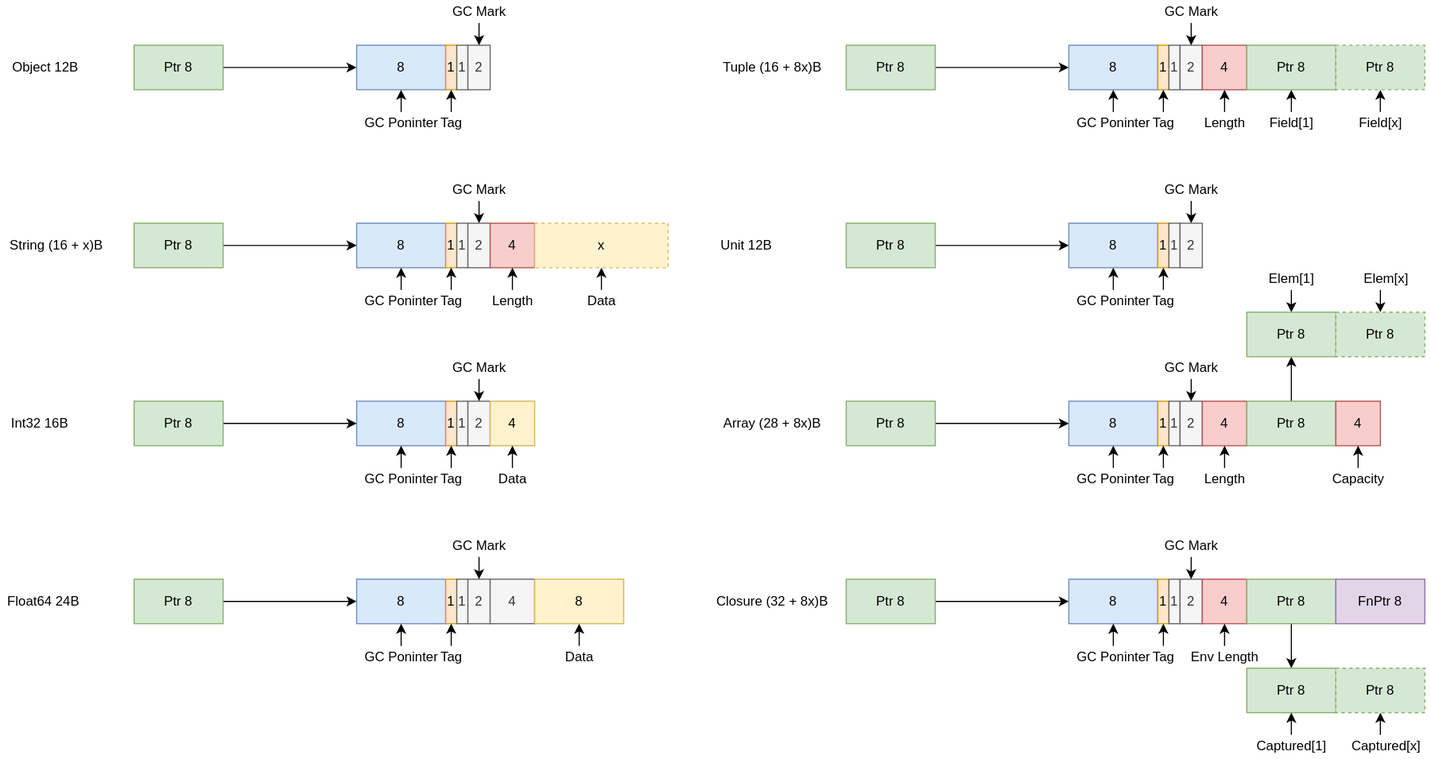
Above: document/object-model.svg in permui/calocom (draw.io), before the change. Source tidied: cells renumbered, new cells last; positions are measured from the earlier drawing's top-left corner, leaving out a move shared by most shapes.
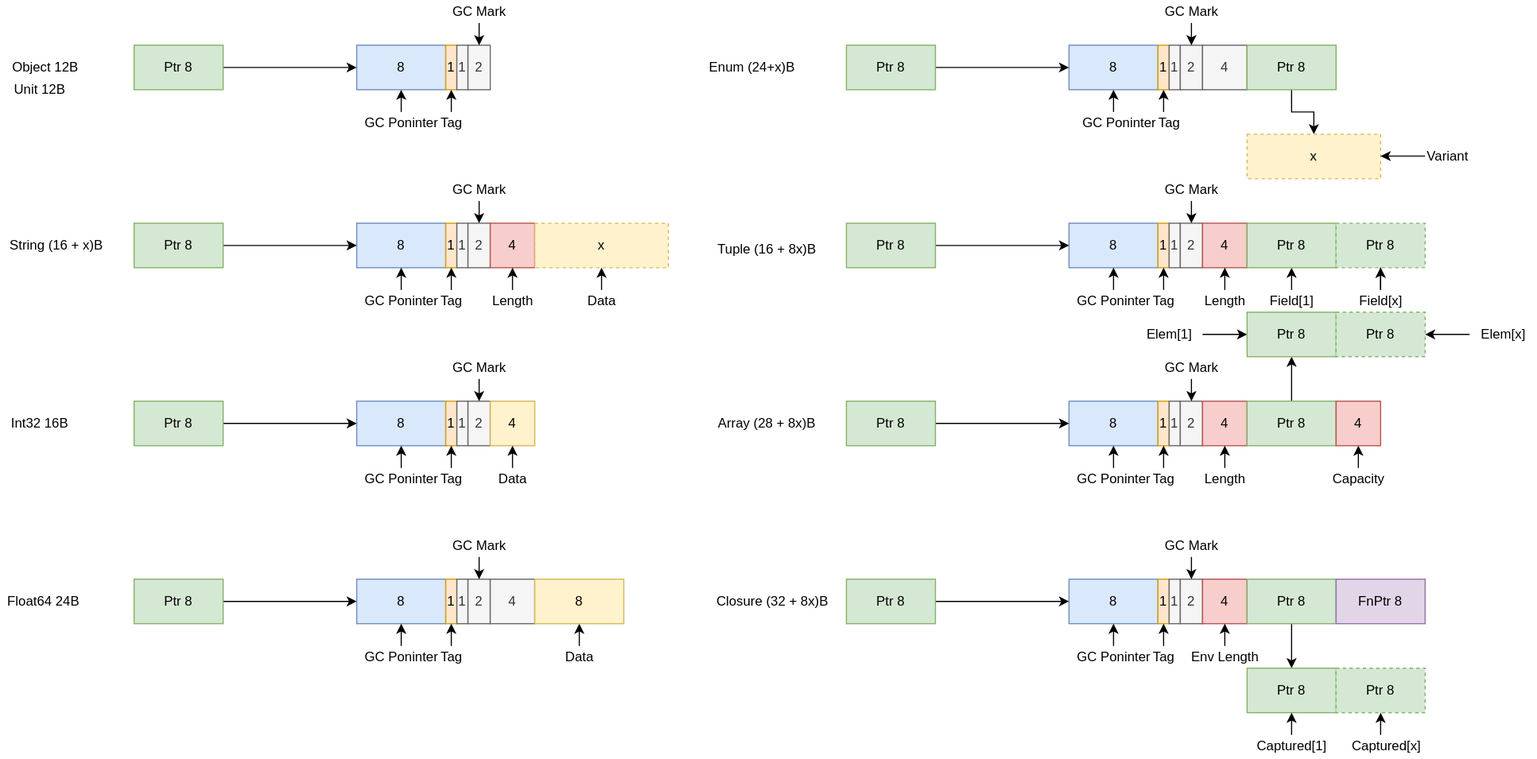
The same file after the commit.

The edit, as a diff of the source:
```diff
@@ -233,129 +233,132 @@
       <mxGeometry x="400" y="480" width="60" height="20" as="geometry" />
     </mxCell>
     <mxCell id="67" value="8" style="rounded=0;whiteSpace=wrap;html=1;fillColor=#dae8fc;strokeColor=#6c8ebf;" parent="1" vertex="1">
-      <mxGeometry x="960" y="40" width="80" height="40" as="geometry" />
+      <mxGeometry x="960" y="200" width="80" height="40" as="geometry" />
     </mxCell>
     <mxCell id="68" value="1" style="rounded=0;whiteSpace=wrap;html=1;fillColor=#ffe6cc;strokeColor=#d79b00;" parent="1" vertex="1">
-      <mxGeometry x="1040" y="40" width="10" height="40" as="geometry" />
+      <mxGeometry x="1040" y="200" width="10" height="40" as="geometry" />
     </mxCell>
     <mxCell id="69" value="1" style="rounded=0;whiteSpace=wrap;html=1;fillColor=#f5f5f5;fontColor=#333333;strokeColor=#666666;" parent="1" vertex="1">
-      <mxGeometry x="1050" y="40" width="10" height="40" as="geometry" />
+      <mxGeometry x="1050" y="200" width="10" height="40" as="geometry" />
     </mxCell>
     <mxCell id="70" value="2" style="rounded=0;whiteSpace=wrap;html=1;fillColor=#f5f5f5;fontColor=#333333;strokeColor=#666666;" parent="1" vertex="1">
-      <mxGeometry x="1060" y="40" width="20" height="40" as="geometry" />
+      <mxGeometry x="1060" y="200" width="20" height="40" as="geometry" />
     </mxCell>
     <mxCell id="71" style="edgeStyle=orthogonalEdgeStyle;rounded=0;jettySize=auto;html=1;entryX=0.5;entryY=1;entryDx=0;entryDy=0;" parent="1" edge="1" target="68">
       <mxGeometry relative="1" as="geometry">
-        <mxPoint x="1045" y="100" as="sourcePoint" />
+        <mxPoint x="1045" y="260" as="sourcePoint" />
       </mxGeometry>
     </mxCell>
     <mxCell id="72" value="Tag" style="text;html=1;align=center;verticalAlign=middle;strokeColor=none;fillColor=none;" parent="1" vertex="1">
-      <mxGeometry x="1025" y="100" width="40" height="20" as="geometry" />
+      <mxGeometry x="1025" y="260" width="40" height="20" as="geometry" />
     </mxCell>
     <mxCell id="73" style="edgeStyle=orthogonalEdgeStyle;rounded=0;jettySize=auto;html=1;entryX=0.5;entryY=1;entryDx=0;entryDy=0;" parent="1" edge="1" target="67">
       <mxGeometry relative="1" as="geometry">
-        <mxPoint x="1000" y="100" as="sourcePoint" />
+        <mxPoint x="1000" y="260" as="sourcePoint" />
       </mxGeometry>
     </mxCell>
     <mxCell id="74" value="GC Poninter" style="text;html=1;align=center;verticalAlign=middle;strokeColor=none;fillColor=none;" parent="1" vertex="1">
-      <mxGeometry x="960" y="100" width="80" height="20" as="geometry" />
+      <mxGeometry x="960" y="260" width="80" height="20" as="geometry" />
     </mxCell>
     <mxCell id="75" style="edgeStyle=orthogonalEdgeStyle;rounded=0;jettySize=auto;html=1;entryX=0.5;entryY=0;entryDx=0;entryDy=0;" parent="1" edge="1" target="70">
       <mxGeometry relative="1" as="geometry">
-        <mxPoint x="1070" y="20" as="sourcePoint" />
+        <mxPoint x="1070" y="180" as="sourcePoint" />
       </mxGeometry>
     </mxCell>
     <mxCell id="76" style="endArrow=classic;html=1;rounded=0;entryX=0;entryY=0.5;entryDx=0;entryDy=0;exitX=1;exitY=0.5;exitDx=0;exitDy=0;" parent="1" edge="1" source="77" target="67">
       <mxGeometry relative="1" as="geometry" />
     </mxCell>
     <mxCell id="77" value="Ptr 8" style="rounded=0;whiteSpace=wrap;html=1;fillColor=#d5e8d4;strokeColor=#82b366;" parent="1" vertex="1">
-      <mxGeometry x="760" y="40" width="80" height="40" as="geometry" />
+      <mxGeometry x="760" y="200" width="80" height="40" as="geometry" />
     </mxCell>
     <mxCell id="78" value="Tuple (16 + 8x)B&amp;nbsp;" style="text;html=1;align=center;verticalAlign=middle;strokeColor=none;fillColor=none;" parent="1" vertex="1">
-      <mxGeometry x="640" y="50" width="110" height="20" as="geometry" />
+      <mxGeometry x="635" y="214" width="110" height="20" as="geometry" />
     </mxCell>
     <mxCell id="79" value="4" style="rounded=0;whiteSpace=wrap;html=1;fillColor=#f8cecc;strokeColor=#b85450;" parent="1" vertex="1">
-      <mxGeometry x="1080" y="40" width="40" height="40" as="geometry" />
+      <mxGeometry x="1080" y="200" width="40" height="40" as="geometry" />
     </mxCell>
     <mxCell id="80" style="edgeStyle=orthogonalEdgeStyle;rounded=0;jettySize=auto;html=1;entryX=0.5;entryY=1;entryDx=0;entryDy=0;" parent="1" edge="1" target="82">
       <mxGeometry relative="1" as="geometry">
-        <mxPoint x="1160" y="100" as="sourcePoint" />
+        <mxPoint x="1160" y="260" as="sourcePoint" />
       </mxGeometry>
     </mxCell>
     <mxCell id="81" value="Field[1]" style="text;html=1;align=center;verticalAlign=middle;strokeColor=none;fillColor=none;" parent="1" vertex="1">
-      <mxGeometry x="1130" y="100" width="60" height="20" as="geometry" />
+      <mxGeometry x="1130" y="260" width="60" height="20" as="geometry" />
     </mxCell>
     <mxCell id="82" value="Ptr 8" style="rounded=0;whiteSpace=wrap;html=1;fillColor=#d5e8d4;strokeColor=#82b366;" parent="1" vertex="1">
-      <mxGeometry x="1120" y="40" width="80" height="40" as="geometry" />
+      <mxGeometry x="1120" y="200" width="80" height="40" as="geometry" />
     </mxCell>
     <mxCell id="83" value="GC Mark" style="text;html=1;align=center;verticalAlign=middle;strokeColor=none;fillColor=none;" parent="1" vertex="1">
-      <mxGeometry x="1040" width="60" height="20" as="geometry" />
+      <mxGeometry x="1040" y="160" width="60" height="20" as="geometry" />
     </mxCell>
     <mxCell id="84" value="Ptr 8" style="rounded=0;whiteSpace=wrap;html=1;fillColor=#d5e8d4;strokeColor=#82b366;dashed=1;" parent="1" vertex="1">
-      <mxGeometry x="1200" y="40" width="80" height="40" as="geometry" />
+      <mxGeometry x="1200" y="200" width="80" height="40" as="geometry" />
     </mxCell>
+    <mxCell id="154" style="edgeStyle=orthogonalEdgeStyle;rounded=0;jettySize=auto;html=1;" parent="1" edge="1" source="85" target="84">
+      <mxGeometry relative="1" as="geometry" />
+    </mxCell>
     <mxCell id="85" value="Field[x]" style="text;html=1;align=center;verticalAlign=middle;points=[];strokeColor=none;fillColor=none;" parent="1" vertex="1">
-      <mxGeometry x="1215" y="100" width="50" height="20" as="geometry" />
+      <mxGeometry x="1215" y="260" width="50" height="20" as="geometry" />
     </mxCell>
     <mxCell id="86" style="edgeStyle=orthogonalEdgeStyle;rounded=0;orthogonalLoop=1;jettySize=auto;html=1;entryX=0.5;entryY=1;entryDx=0;entryDy=0;" parent="1" edge="1">
       <mxGeometry relative="1" as="geometry">
-        <mxPoint x="1240" y="100" as="sourcePoint" />
-        <mxPoint x="1240" y="80" as="targetPoint" />
+        <mxPoint x="1240" y="260" as="sourcePoint" />
+        <mxPoint x="1240" y="240" as="targetPoint" />
       </mxGeometry>
     </mxCell>
     <mxCell id="87" style="edgeStyle=orthogonalEdgeStyle;rounded=0;orthogonalLoop=1;jettySize=auto;html=1;entryX=0.5;entryY=1;entryDx=0;entryDy=0;" parent="1" edge="1">
       <mxGeometry relative="1" as="geometry">
-        <mxPoint x="1100" y="100" as="sourcePoint" />
-        <mxPoint x="1100" y="80" as="targetPoint" />
+        <mxPoint x="1100" y="260" as="sourcePoint" />
+        <mxPoint x="1100" y="240" as="targetPoint" />
       </mxGeometry>
     </mxCell>
     <mxCell id="88" value="Length" style="text;html=1;align=center;verticalAlign=middle;strokeColor=none;fillColor=none;" parent="1" vertex="1">
-      <mxGeometry x="1075" y="100" width="50" height="20" as="geometry" />
+      <mxGeometry x="1075" y="260" width="50" height="20" as="geometry" />
     </mxCell>
     <mxCell id="89" value="8" style="rounded=0;whiteSpace=wrap;html=1;fillColor=#dae8fc;strokeColor=#6c8ebf;" parent="1" vertex="1">
-      <mxGeometry x="960" y="200" width="80" height="40" as="geometry" />
+      <mxGeometry x="960" y="40" width="80" height="40" as="geometry" />
     </mxCell>
     <mxCell id="90" value="1" style="rounded=0;whiteSpace=wrap;html=1;fillColor=#ffe6cc;strokeColor=#d79b00;" parent="1" vertex="1">
-      <mxGeometry x="1040" y="200" width="10" height="40" as="geometry" />
+      <mxGeometry x="1040" y="40" width="10" height="40" as="geometry" />
     </mxCell>
     <mxCell id="91" value="1" style="rounded=0;whiteSpace=wrap;html=1;fillColor=#f5f5f5;fontColor=#333333;strokeColor=#666666;" parent="1" vertex="1">
-      <mxGeometry x="1050" y="200" width="10" height="40" as="geometry" />
+      <mxGeometry x="1050" y="40" width="10" height="40" as="geometry" />
     </mxCell>
     <mxCell id="92" value="2" style="rounded=0;whiteSpace=wrap;html=1;fillColor=#f5f5f5;fontColor=#333333;strokeColor=#666666;" parent="1" vertex="1">
-      <mxGeometry x="1060" y="200" width="20" height="40" as="geometry" />
+      <mxGeometry x="1060" y="40" width="20" height="40" as="geometry" />
     </mxCell>
     <mxCell id="93" style="edgeStyle=orthogonalEdgeStyle;rounded=0;jettySize=auto;html=1;entryX=0.5;entryY=1;entryDx=0;entryDy=0;" parent="1" edge="1" target="90">
       <mxGeometry relative="1" as="geometry">
-        <mxPoint x="1045" y="260" as="sourcePoint" />
+        <mxPoint x="1045" y="100" as="sourcePoint" />
       </mxGeometry>
     </mxCell>
     <mxCell id="94" value="Tag" style="text;html=1;align=center;verticalAlign=middle;strokeColor=none;fillColor=none;" parent="1" vertex="1">
-      <mxGeometry x="1025" y="260" width="40" height="20" as="geometry" />
+      <mxGeometry x="1030" y="100" width="40" height="20" as="geometry" />
     </mxCell>
     <mxCell id="95" style="edgeStyle=orthogonalEdgeStyle;rounded=0;jettySize=auto;html=1;entryX=0.5;entryY=1;entryDx=0;entryDy=0;" parent="1" edge="1" target="89">
       <mxGeometry relative="1" as="geometry">
-        <mxPoint x="1000" y="260" as="sourcePoint" />
+        <mxPoint x="1000" y="100" as="sourcePoint" />
       </mxGeometry>
     </mxCell>
     <mxCell id="96" value="GC Poninter" style="text;html=1;align=center;verticalAlign=middle;strokeColor=none;fillColor=none;" parent="1" vertex="1">
-      <mxGeometry x="960" y="260" width="80" height="20" as="geometry" />
+      <mxGeometry x="965" y="100" width="80" height="20" as="geometry" />
     </mxCell>
     <mxCell id="97" style="edgeStyle=orthogonalEdgeStyle;rounded=0;jettySize=auto;html=1;entryX=0.5;entryY=0;entryDx=0;entryDy=0;" parent="1" edge="1" target="92">
       <mxGeometry relative="1" as="geometry">
-        <mxPoint x="1070" y="180" as="sourcePoint" />
+        <mxPoint x="1070" y="20" as="sourcePoint" />
       </mxGeometry>
     </mxCell>
     <mxCell id="98" value="GC Mark" style="text;html=1;align=center;verticalAlign=middle;strokeColor=none;fillColor=none;" parent="1" vertex="1">
-      <mxGeometry x="1040" y="160" width="60" height="20" as="geometry" />
+      <mxGeometry x="1040" width="60" height="20" as="geometry" />
     </mxCell>
     <mxCell id="99" style="endArrow=classic;html=1;rounded=0;entryX=0;entryY=0.5;entryDx=0;entryDy=0;exitX=1;exitY=0.5;exitDx=0;exitDy=0;" parent="1" edge="1" source="100" target="89">
       <mxGeometry relative="1" as="geometry" />
     </mxCell>
     <mxCell id="100" value="Ptr 8" style="rounded=0;whiteSpace=wrap;html=1;fillColor=#d5e8d4;strokeColor=#82b366;" parent="1" vertex="1">
-      <mxGeometry x="760" y="200" width="80" height="40" as="geometry" />
+      <mxGeometry x="760" y="40" width="80" height="40" as="geometry" />
     </mxCell>
-    <mxCell id="101" value="Unit 12B" style="text;html=1;align=center;verticalAlign=middle;strokeColor=none;fillColor=none;" parent="1" vertex="1">
-      <mxGeometry x="640" y="210" width="60" height="20" as="geometry" />
+    <mxCell id="101" value="Enum (24+x)B" style="text;html=1;align=center;verticalAlign=middle;strokeColor=none;fillColor=none;" parent="1" vertex="1">
+      <mxGeometry x="630" y="50" width="90" height="20" as="geometry" />
     </mxCell>
     <mxCell id="102" value="8" style="rounded=0;whiteSpace=wrap;html=1;fillColor=#dae8fc;strokeColor=#6c8ebf;" parent="1" vertex="1">
       <mxGeometry x="960" y="360" width="80" height="40" as="geometry" />
@@ -397,7 +400,7 @@
       <mxGeometry x="760" y="360" width="80" height="40" as="geometry" />
     </mxCell>
     <mxCell id="113" value="Array (28 + 8x)B&amp;nbsp;" style="text;html=1;align=center;verticalAlign=middle;strokeColor=none;fillColor=none;" parent="1" vertex="1">
-      <mxGeometry x="640" y="370" width="110" height="20" as="geometry" />
+      <mxGeometry x="635" y="370" width="110" height="20" as="geometry" />
     </mxCell>
     <mxCell id="114" value="4" style="rounded=0;whiteSpace=wrap;html=1;fillColor=#f8cecc;strokeColor=#b85450;" parent="1" vertex="1">
       <mxGeometry x="1080" y="360" width="40" height="40" as="geometry" />
@@ -432,13 +435,13 @@
     <mxCell id="122" value="Capacity" style="text;html=1;align=center;verticalAlign=middle;strokeColor=none;fillColor=none;" parent="1" vertex="1">
       <mxGeometry x="1190" y="420" width="60" height="20" as="geometry" />
     </mxCell>
-    <mxCell id="123" style="edgeStyle=orthogonalEdgeStyle;rounded=0;jettySize=auto;html=1;entryX=0.5;entryY=0;entryDx=0;entryDy=0;" parent="1" edge="1" target="125">
-      <mxGeometry relative="1" as="geometry">
-        <mxPoint x="1160" y="260" as="sourcePoint" />
-      </mxGeometry>
-    </mxCell>
+    <mxCell id="155" style="edgeStyle=orthogonalEdgeStyle;rounded=0;jettySize=auto;html=1;" parent="1" edge="1" target="125">
+      <mxGeometry relative="1" as="geometry">
+        <mxPoint x="1080" y="300" as="sourcePoint" />
+      </mxGeometry>
+    </mxCell>
     <mxCell id="124" value="Elem[1]" style="text;html=1;align=center;verticalAlign=middle;strokeColor=none;fillColor=none;" parent="1" vertex="1">
-      <mxGeometry x="1130" y="240" width="60" height="20" as="geometry" />
+      <mxGeometry x="1020" y="290" width="60" height="20" as="geometry" />
     </mxCell>
     <mxCell id="125" value="Ptr 8" style="rounded=0;whiteSpace=wrap;html=1;fillColor=#d5e8d4;strokeColor=#82b366;" parent="1" vertex="1">
       <mxGeometry x="1120" y="280" width="80" height="40" as="geometry" />
@@ -447,13 +450,8 @@
       <mxGeometry x="1200" y="280" width="80" height="40" as="geometry" />
     </mxCell>
     <mxCell id="127" value="Elem[x]" style="text;html=1;align=center;verticalAlign=middle;strokeColor=none;fillColor=none;" parent="1" vertex="1">
-      <mxGeometry x="1215" y="240" width="60" height="20" as="geometry" />
+      <mxGeometry x="1320" y="290" width="60" height="20" as="geometry" />
     </mxCell>
-    <mxCell id="128" style="edgeStyle=orthogonalEdgeStyle;rounded=0;jettySize=auto;html=1;entryX=0.5;entryY=0;entryDx=0;entryDy=0;" parent="1" edge="1" target="126">
-      <mxGeometry relative="1" as="geometry">
-        <mxPoint x="1240" y="260" as="sourcePoint" />
-      </mxGeometry>
-    </mxCell>
     <mxCell id="129" value="8" style="rounded=0;whiteSpace=wrap;html=1;fillColor=#dae8fc;strokeColor=#6c8ebf;" parent="1" vertex="1">
       <mxGeometry x="960" y="520" width="80" height="40" as="geometry" />
     </mxCell>
@@ -542,5 +540,34 @@
         <mxPoint x="1240" y="660" as="sourcePoint" />
       </mxGeometry>
     </mxCell>
+    <mxCell id="156" value="Unit 12B" style="text;html=1;align=center;verticalAlign=middle;strokeColor=none;fillColor=none;" parent="1" vertex="1">
+      <mxGeometry x="5" y="70" width="60" height="20" as="geometry" />
+    </mxCell>
+    <mxCell id="157" value="4" style="rounded=0;whiteSpace=wrap;html=1;fillColor=#f5f5f5;fontColor=#333333;strokeColor=#666666;" parent="1" vertex="1">
+      <mxGeometry x="1080" y="40" width="40" height="40" as="geometry" />
+    </mxCell>
+    <mxCell id="158" style="edgeStyle=orthogonalEdgeStyle;rounded=0;jettySize=auto;html=1;exitX=0.5;exitY=1;exitDx=0;exitDy=0;entryX=0.5;entryY=0;entryDx=0;entryDy=0;" parent="1" edge="1" source="159" target="160">
+      <mxGeometry relative="1" as="geometry" />
+    </mxCell>
+    <mxCell id="159" value="Ptr 8" style="rounded=0;whiteSpace=wrap;html=1;fillColor=#d5e8d4;strokeColor=#82b366;" parent="1" vertex="1">
+      <mxGeometry x="1120" y="40" width="80" height="40" as="geometry" />
+    </mxCell>
+    <mxCell id="160" value="x" style="rounded=0;whiteSpace=wrap;html=1;fillColor=#fff2cc;strokeColor=#d6b656;dashed=1;" parent="1" vertex="1">
+      <mxGeometry x="1120" y="120" width="120" height="40" as="geometry" />
+    </mxCell>
+    <mxCell id="161" value="Variant" style="text;html=1;align=center;verticalAlign=middle;strokeColor=none;fillColor=none;" parent="1" vertex="1">
+      <mxGeometry x="1275" y="130" width="50" height="20" as="geometry" />
+    </mxCell>
+    <mxCell id="162" style="edgeStyle=orthogonalEdgeStyle;rounded=0;jettySize=auto;html=1;entryX=1;entryY=0.5;entryDx=0;entryDy=0;" parent="1" edge="1" target="126">
+      <mxGeometry relative="1" as="geometry">
+        <mxPoint x="1320" y="300" as="sourcePoint" />
+      </mxGeometry>
+    </mxCell>
+    <mxCell id="163" style="edgeStyle=orthogonalEdgeStyle;rounded=0;orthogonalLoop=1;jettySize=auto;html=1;entryX=1;entryY=0.5;entryDx=0;entryDy=0;" parent="1" edge="1">
+      <mxGeometry relative="1" as="geometry">
+        <mxPoint x="1280" y="139.7" as="sourcePoint" />
+        <mxPoint x="1240" y="139.7" as="targetPoint" />
+      </mxGeometry>
+    </mxCell>
   </root>
 </mxGraphModel>
```
